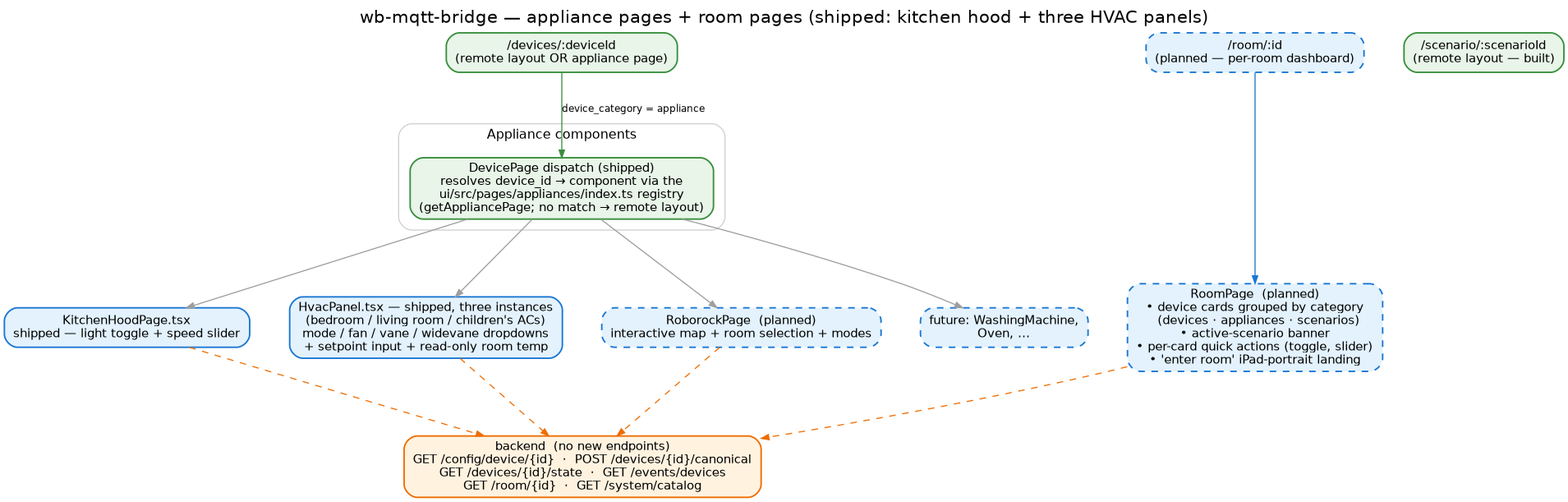
This is docs/images/appliance-pages.png from droman42/wb-mqtt-bridge, a Graphviz export, as it was before one commit. Its source is kept beside it as docs/images/appliance-pages.dot.
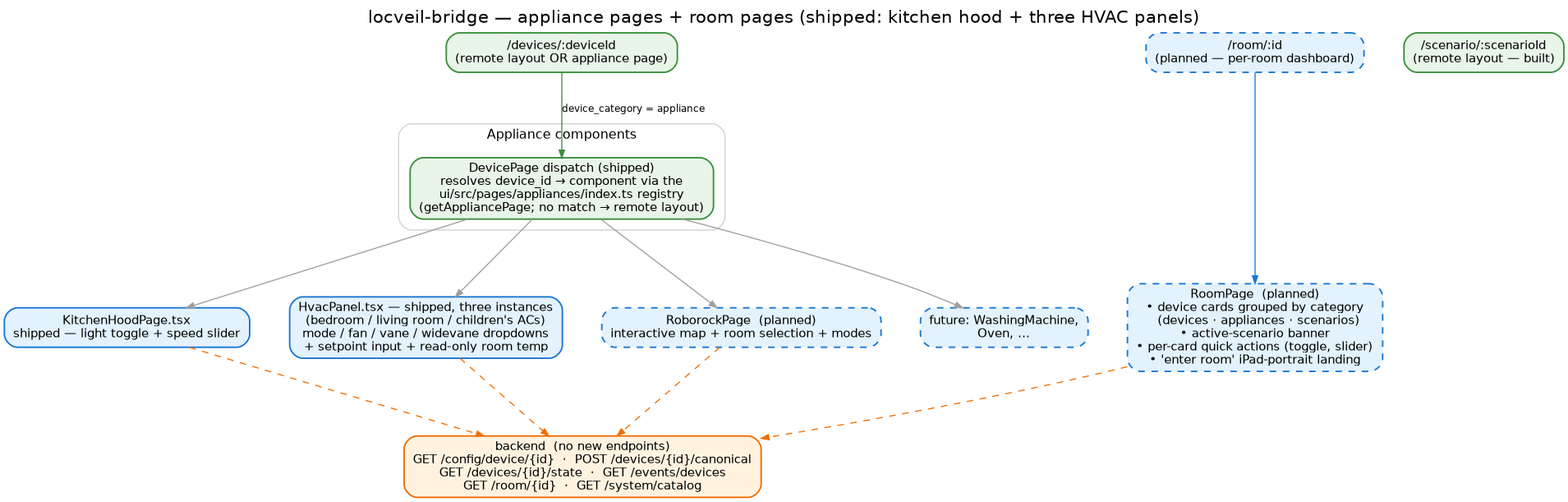
The same file after the commit.

What changed in the source:
```diff
@@ -4,7 +4,7 @@
   splines=spline;
   nodesep=0.5; ranksep=0.8;
   fontname="Helvetica"; labelloc=t; fontsize=16;
-  label="wb-mqtt-bridge — appliance pages + room pages (shipped: kitchen hood + three HVAC panels)";
+  label="locveil-bridge — appliance pages + room pages (shipped: kitchen hood + three HVAC panels)";
 
   node [fontname="Helvetica", fontsize=11, shape=box, style="filled,rounded", penwidth=1.4];
   edge [fontname="Helvetica", fontsize=9, color="#9e9e9e", arrowsize=0.7];
```
